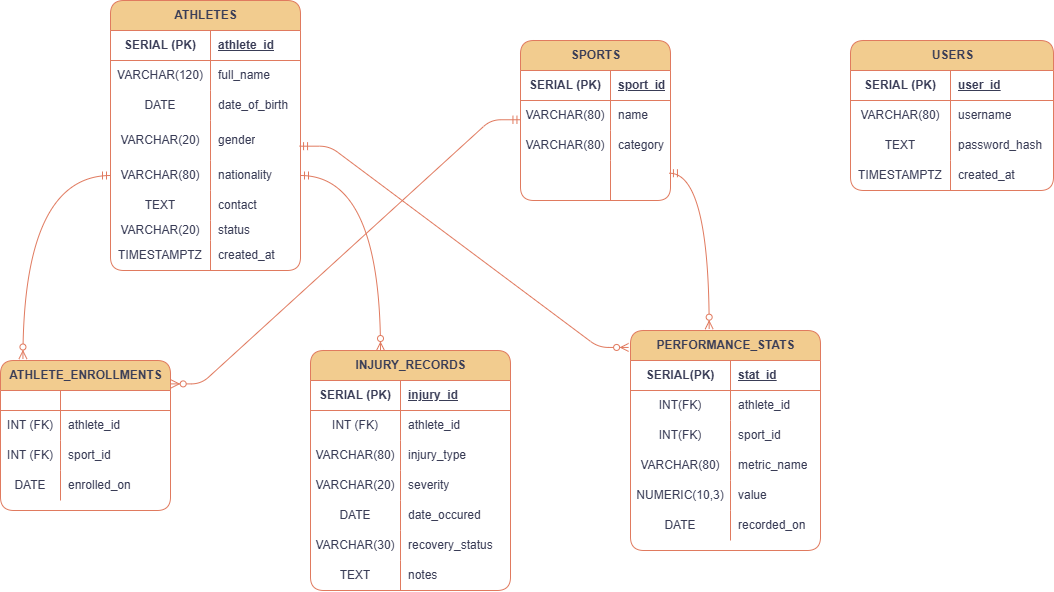
This is ERD.drawio.png from ismailkhan1707/athleteIQ, a draw.io export, as it was before one commit. Source tidied: cells renumbered, new cells last; positions are measured from the earlier drawing's top-left corner, leaving out a move shared by most shapes.
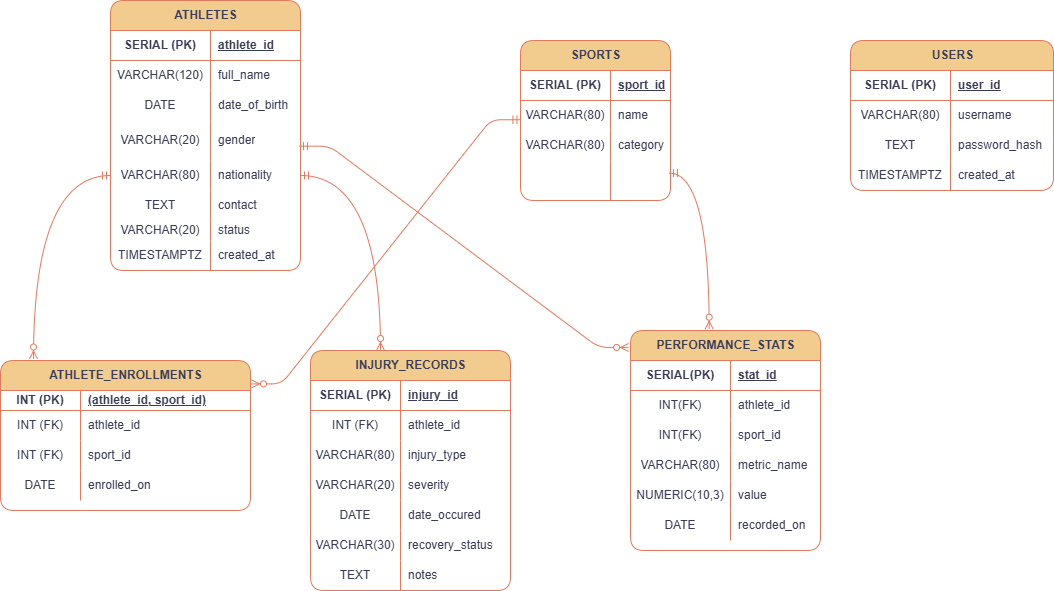
After the commit.

Change to the diagram source:
```diff
@@ -156,43 +156,43 @@
       <mxGeometry x="100" width="103" height="30" as="geometry" />
     </mxCell>
     <mxCell id="53" value="ATHLETE_ENROLLMENTS" style="shape=table;startSize=30;rowLines=0;fontStyle=1;align=center;html=1;labelBackgroundColor=none;fillColor=#F2CC8F;strokeColor=#E07A5F;fontColor=#393C56;rounded=1;" parent="1" vertex="1">
-      <mxGeometry y="360" width="170" height="150" as="geometry" />
+      <mxGeometry y="360" width="250" height="150" as="geometry" />
     </mxCell>
     <mxCell id="54" style="shape=tableRow;horizontal=0;startSize=0;swimlaneHead=0;swimlaneBody=0;fillColor=none;top=0;left=0;right=0;bottom=1;labelBackgroundColor=none;strokeColor=#E07A5F;fontColor=#393C56;rounded=1;" parent="53" vertex="1">
-      <mxGeometry y="30" width="170" height="20" as="geometry" />
+      <mxGeometry y="30" width="250" height="20" as="geometry" />
     </mxCell>
-    <mxCell id="55" style="shape=partialRectangle;fillColor=none;top=0;left=0;bottom=0;right=0;fontStyle=1;overflow=hidden;whiteSpace=wrap;html=1;labelBackgroundColor=none;strokeColor=#E07A5F;fontColor=#393C56;rounded=1;" parent="54" vertex="1">
-      <mxGeometry width="60" height="20" as="geometry" />
+    <mxCell id="55" value="INT (PK)" style="shape=partialRectangle;fillColor=none;top=0;left=0;bottom=0;right=0;fontStyle=1;overflow=hidden;whiteSpace=wrap;html=1;labelBackgroundColor=none;strokeColor=#E07A5F;fontColor=#393C56;rounded=1;" parent="54" vertex="1">
+      <mxGeometry width="80" height="20" as="geometry" />
     </mxCell>
-    <mxCell id="56" style="shape=partialRectangle;fillColor=none;top=0;left=0;bottom=0;right=0;align=left;spacingLeft=6;fontStyle=5;overflow=hidden;whiteSpace=wrap;html=1;labelBackgroundColor=none;strokeColor=#E07A5F;fontColor=#393C56;rounded=1;" parent="54" vertex="1">
-      <mxGeometry x="60" width="110" height="20" as="geometry" />
+    <mxCell id="56" value="(athlete_id, sport_id)" style="shape=partialRectangle;fillColor=none;top=0;left=0;bottom=0;right=0;align=left;spacingLeft=6;fontStyle=5;overflow=hidden;whiteSpace=wrap;html=1;labelBackgroundColor=none;strokeColor=#E07A5F;fontColor=#393C56;rounded=1;" parent="54" vertex="1">
+      <mxGeometry x="80" width="170" height="20" as="geometry" />
     </mxCell>
     <mxCell id="57" style="shape=tableRow;horizontal=0;startSize=0;swimlaneHead=0;swimlaneBody=0;fillColor=none;top=0;left=0;right=0;bottom=0;labelBackgroundColor=none;strokeColor=#E07A5F;fontColor=#393C56;rounded=1;" parent="53" vertex="1">
-      <mxGeometry y="50" width="170" height="30" as="geometry" />
+      <mxGeometry y="50" width="250" height="30" as="geometry" />
     </mxCell>
     <mxCell id="58" value="INT (FK)" style="shape=partialRectangle;fillColor=none;top=0;left=0;bottom=0;right=0;overflow=hidden;whiteSpace=wrap;html=1;labelBackgroundColor=none;strokeColor=#E07A5F;fontColor=#393C56;rounded=1;" parent="57" vertex="1">
-      <mxGeometry width="60" height="30" as="geometry" />
+      <mxGeometry width="80" height="30" as="geometry" />
     </mxCell>
     <mxCell id="59" value="athlete_id" style="shape=partialRectangle;fillColor=none;top=0;left=0;bottom=0;right=0;align=left;spacingLeft=6;overflow=hidden;whiteSpace=wrap;html=1;labelBackgroundColor=none;strokeColor=#E07A5F;fontColor=#393C56;rounded=1;" parent="57" vertex="1">
-      <mxGeometry x="60" width="110" height="30" as="geometry" />
+      <mxGeometry x="80" width="170" height="30" as="geometry" />
     </mxCell>
     <mxCell id="60" style="shape=tableRow;horizontal=0;startSize=0;swimlaneHead=0;swimlaneBody=0;fillColor=none;top=0;left=0;right=0;bottom=0;labelBackgroundColor=none;strokeColor=#E07A5F;fontColor=#393C56;rounded=1;" parent="53" vertex="1">
-      <mxGeometry y="80" width="170" height="30" as="geometry" />
+      <mxGeometry y="80" width="250" height="30" as="geometry" />
     </mxCell>
     <mxCell id="61" value="INT (FK)" style="shape=partialRectangle;fillColor=none;top=0;left=0;bottom=0;right=0;overflow=hidden;whiteSpace=wrap;html=1;labelBackgroundColor=none;strokeColor=#E07A5F;fontColor=#393C56;rounded=1;" parent="60" vertex="1">
-      <mxGeometry width="60" height="30" as="geometry" />
+      <mxGeometry width="80" height="30" as="geometry" />
     </mxCell>
     <mxCell id="62" value="sport_id" style="shape=partialRectangle;fillColor=none;top=0;left=0;bottom=0;right=0;align=left;spacingLeft=6;overflow=hidden;whiteSpace=wrap;html=1;labelBackgroundColor=none;strokeColor=#E07A5F;fontColor=#393C56;rounded=1;" parent="60" vertex="1">
-      <mxGeometry x="60" width="110" height="30" as="geometry" />
+      <mxGeometry x="80" width="170" height="30" as="geometry" />
     </mxCell>
     <mxCell id="63" style="shape=tableRow;horizontal=0;startSize=0;swimlaneHead=0;swimlaneBody=0;fillColor=none;top=0;left=0;right=0;bottom=0;labelBackgroundColor=none;strokeColor=#E07A5F;fontColor=#393C56;rounded=1;" parent="53" vertex="1">
-      <mxGeometry y="110" width="170" height="30" as="geometry" />
+      <mxGeometry y="110" width="250" height="30" as="geometry" />
     </mxCell>
     <mxCell id="64" value="DATE" style="shape=partialRectangle;fillColor=none;top=0;left=0;bottom=0;right=0;overflow=hidden;whiteSpace=wrap;html=1;labelBackgroundColor=none;strokeColor=#E07A5F;fontColor=#393C56;rounded=1;" parent="63" vertex="1">
-      <mxGeometry width="60" height="30" as="geometry" />
+      <mxGeometry width="80" height="30" as="geometry" />
     </mxCell>
     <mxCell id="65" value="enrolled_on" style="shape=partialRectangle;fillColor=none;top=0;left=0;bottom=0;right=0;align=left;spacingLeft=6;overflow=hidden;whiteSpace=wrap;html=1;labelBackgroundColor=none;strokeColor=#E07A5F;fontColor=#393C56;rounded=1;" parent="63" vertex="1">
-      <mxGeometry x="60" width="110" height="30" as="geometry" />
+      <mxGeometry x="80" width="170" height="30" as="geometry" />
     </mxCell>
     <mxCell id="66" value="INJURY_RECORDS" style="shape=table;startSize=30;rowLines=0;fontStyle=1;align=center;html=1;labelBackgroundColor=none;fillColor=#F2CC8F;strokeColor=#E07A5F;fontColor=#393C56;rounded=1;" parent="1" vertex="1">
       <mxGeometry x="310" y="350" width="200" height="240" as="geometry" />
```
